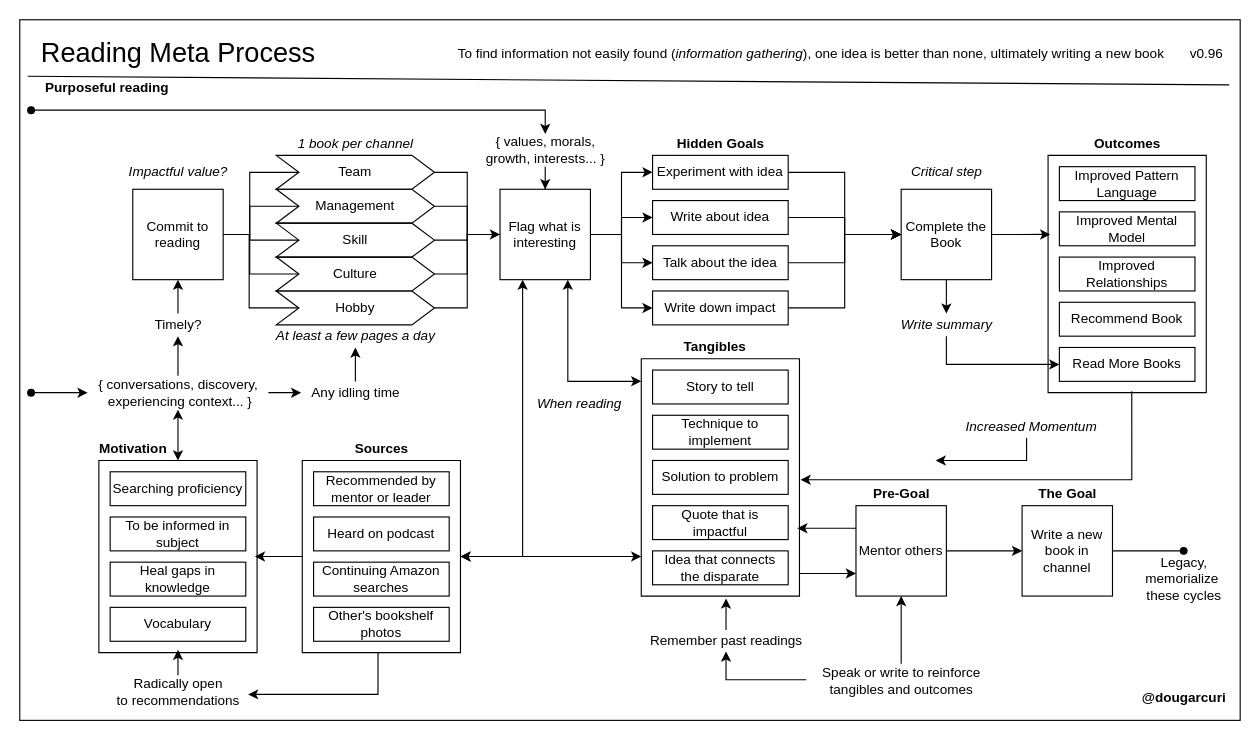
This is books/diagrams/reading-process.drawio from solidi/learning-notes, a draw.io file, before an edit. Source tidied: cells renumbered, new cells numbered last; positions are measured from the earlier drawing's top-left corner, leaving out a move shared by most shapes. Both pictures are drawn from the tidied source at 113%, with x=0, y=0 at pixel (19, 19).
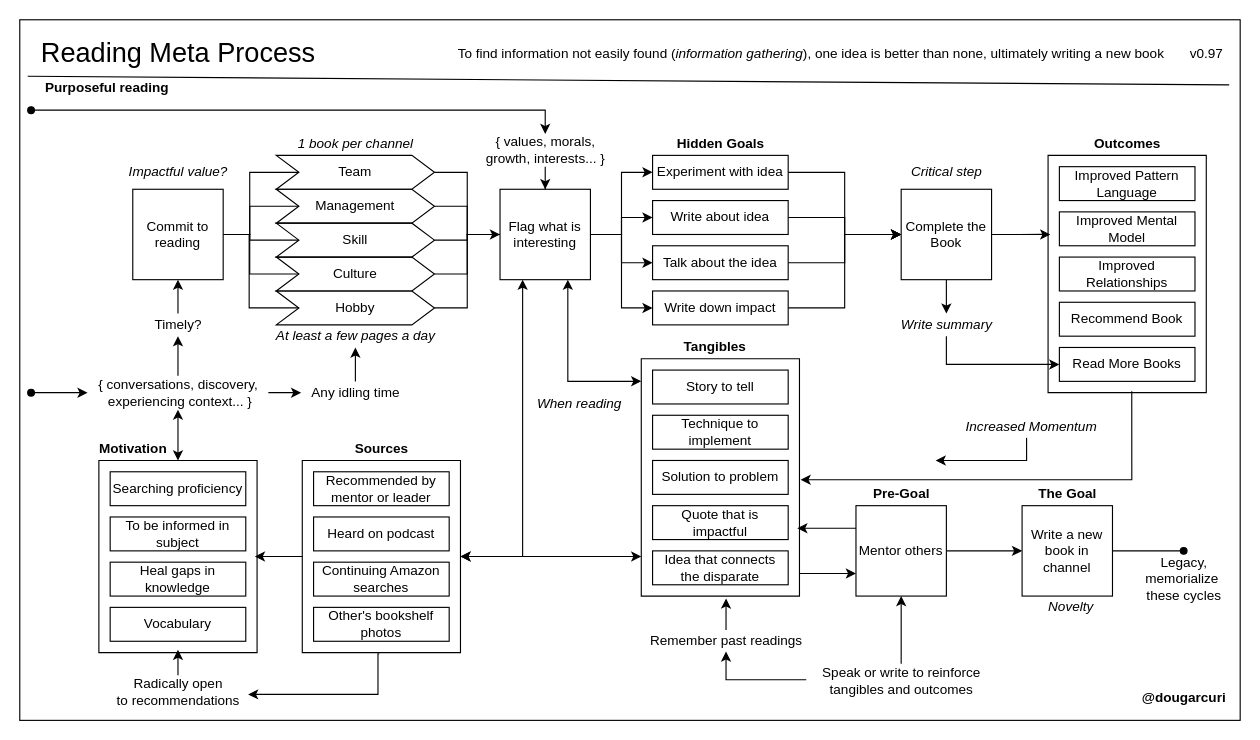
The same page after the edit.

Commit message (it also covers changes not shown here):
Add novelty to the diagram

Change to the diagram source:
```diff
@@
-    <mxCell id="28" value="v0.96" style="text;html=1;align=center;verticalAlign=middle;" parent="1" vertex="1">
+    <mxCell id="28" value="v0.97" style="text;html=1;align=center;verticalAlign=middle;" parent="1" vertex="1">
       <mxGeometry x="1030" y="20" width="40" height="20" as="geometry" />
     </mxCell>
@@
+    <mxCell id="111" value="&lt;i&gt;Novelty&lt;/i&gt;" style="text;html=1;align=center;verticalAlign=middle;" parent="1" vertex="1">
+      <mxGeometry x="900" y="510" width="60" height="20" as="geometry" />
+    </mxCell>
```
